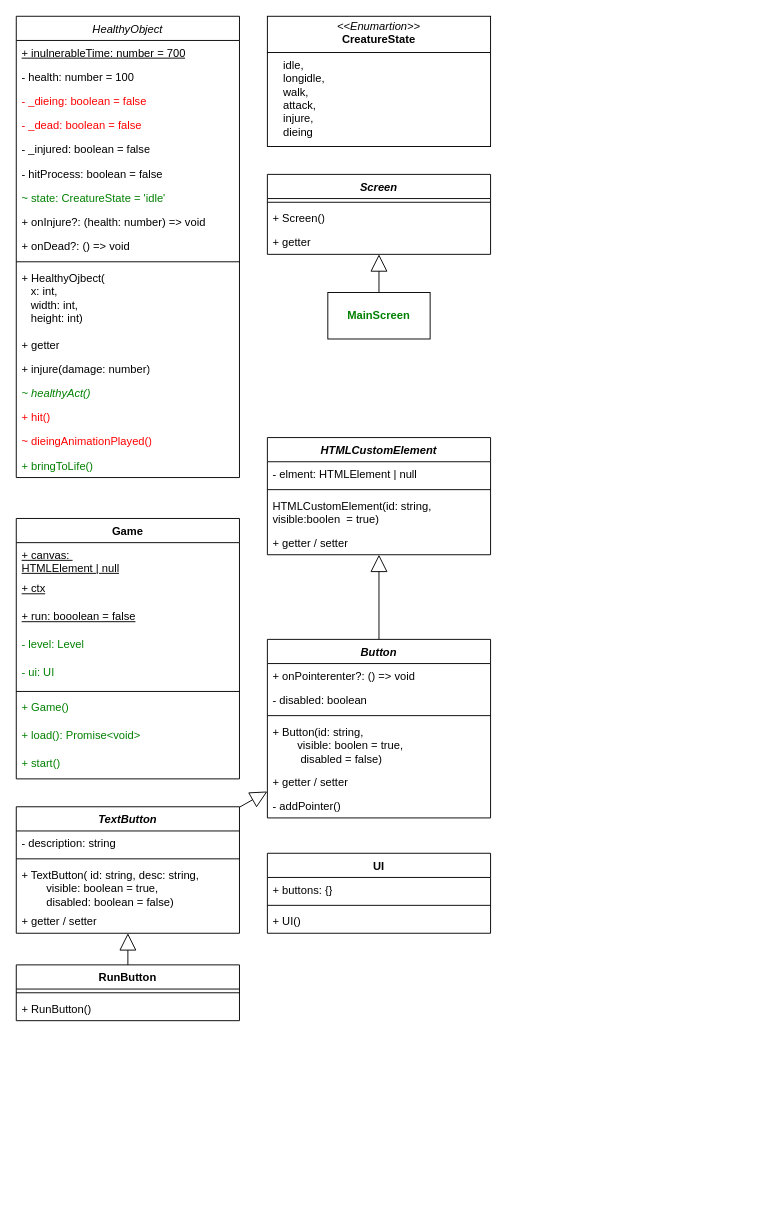
This is docs/milestones/menu.drawio from elma1989/el-pollo-loco, a draw.io file, before an edit. Source tidied: cells renumbered, new cells numbered last; positions are measured from the earlier drawing's top-left corner, leaving out a move shared by most shapes. Both pictures are drawn from the tidied source at 93%, with x=0, y=0 at pixel (16, 16).
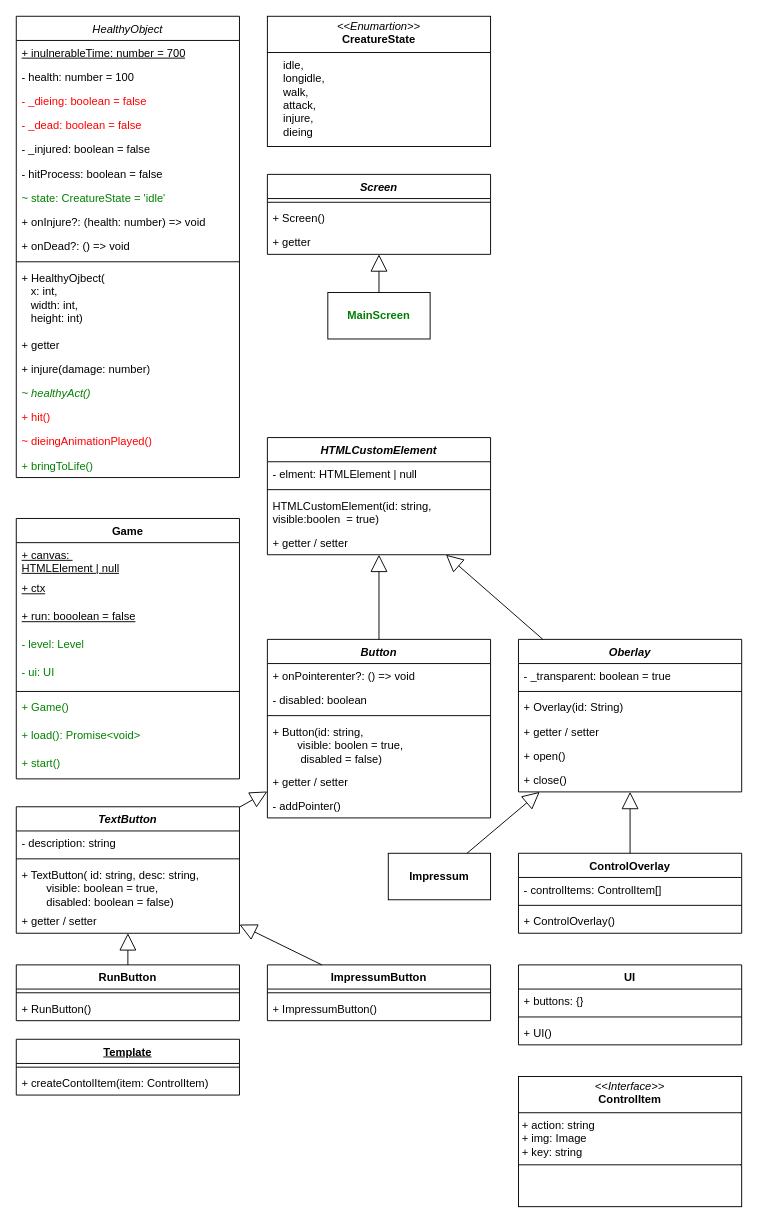
After the change.

Commit message (it also covers changes not shown here):
doc: Updated menu.drawio - Added classes for overlays

Unchanged cells that the change refers to:
```xml
<mxCell id="44" value="TextButton" style="swimlane;fontStyle=3;align=center;verticalAlign=top;horizontal=1;startSize=26;whiteSpace=wrap;html=1;" parent="1" vertex="1">
  <mxGeometry y="850" width="240" height="136" as="geometry" />
</mxCell>
<mxCell id="50" value="HTMLCustomElement" style="swimlane;fontStyle=3;align=center;verticalAlign=top;horizontal=1;startSize=26;whiteSpace=wrap;html=1;" parent="1" vertex="1">
  <mxGeometry x="270" y="453" width="240" height="126" as="geometry" />
</mxCell>
```

Diff of the diagram source:
```diff
@@
     <mxCell id="60" value="UI" style="swimlane;fontStyle=1;align=center;verticalAlign=top;horizontal=1;startSize=26;whiteSpace=wrap;html=1;" parent="1" vertex="1">
-      <mxGeometry x="270" y="900" width="240" height="86" as="geometry" />
+      <mxGeometry x="540" y="1020" width="240" height="86" as="geometry" />
     </mxCell>
@@
+    <mxCell id="64" value="Oberlay" style="swimlane;fontStyle=3;align=center;verticalAlign=top;horizontal=1;startSize=26;whiteSpace=wrap;html=1;" parent="1" vertex="1">
+      <mxGeometry x="540" y="670" width="240" height="164" as="geometry" />
+    </mxCell>
+    <mxCell id="65" value="- _transparent: boolean = true" style="text;strokeColor=none;fillColor=none;align=left;verticalAlign=top;spacingLeft=4;spacingRight=4;overflow=hidden;whiteSpace=wrap;html=1;" parent="64" vertex="1">
+      <mxGeometry y="26" width="240" height="26" as="geometry" />
+    </mxCell>
+    <mxCell id="66" style="line;strokeWidth=1;fillColor=none;align=left;verticalAlign=middle;spacingTop=-1;spacingLeft=3;spacingRight=3;labelPosition=right;strokeColor=inherit;" parent="64" vertex="1">
+      <mxGeometry y="52" width="240" height="8" as="geometry" />
+    </mxCell>
+    <mxCell id="67" value="+ Overlay(id: String)" style="text;strokeColor=none;fillColor=none;align=left;verticalAlign=top;spacingLeft=4;spacingRight=4;overflow=hidden;whiteSpace=wrap;html=1;" parent="64" vertex="1">
+      <mxGeometry y="60" width="240" height="26" as="geometry" />
+    </mxCell>
+    <mxCell id="68" value="+ getter / setter" style="text;strokeColor=none;fillColor=none;align=left;verticalAlign=top;spacingLeft=4;spacingRight=4;overflow=hidden;whiteSpace=wrap;html=1;" parent="64" vertex="1">
+      <mxGeometry y="86" width="240" height="26" as="geometry" />
+    </mxCell>
+    <mxCell id="69" value="+ open()" style="text;strokeColor=none;fillColor=none;align=left;verticalAlign=top;spacingLeft=4;spacingRight=4;overflow=hidden;whiteSpace=wrap;html=1;" parent="64" vertex="1">
+      <mxGeometry y="112" width="240" height="26" as="geometry" />
+    </mxCell>
+    <mxCell id="70" value="+ close()" style="text;strokeColor=none;fillColor=none;align=left;verticalAlign=top;spacingLeft=4;spacingRight=4;overflow=hidden;whiteSpace=wrap;html=1;" parent="64" vertex="1">
+      <mxGeometry y="138" width="240" height="26" as="geometry" />
+    </mxCell>
+    <mxCell id="71" style="endArrow=block;endSize=16;endFill=0;html=1;rounded=0;" parent="1" edge="1" source="64" target="50">
+      <mxGeometry relative="1" as="geometry" />
+    </mxCell>
+    <mxCell id="72" value="&lt;p style=&quot;margin:0px;margin-top:4px;text-align:center;&quot;&gt;&lt;i&gt;&amp;lt;&amp;lt;Interface&amp;gt;&amp;gt;&lt;/i&gt;&lt;br&gt;&lt;b&gt;ControlItem&lt;/b&gt;&lt;/p&gt;&lt;hr size=&quot;1&quot; style=&quot;border-style:solid;&quot;&gt;&lt;p style=&quot;margin:0px;margin-left:4px;&quot;&gt;+ action: string&amp;nbsp;&lt;br&gt;+ img: Image&lt;/p&gt;&lt;p style=&quot;margin:0px;margin-left:4px;&quot;&gt;+ key: string&lt;/p&gt;&lt;hr size=&quot;1&quot; style=&quot;border-style:solid;&quot;&gt;&lt;p style=&quot;margin:0px;margin-left:4px;&quot;&gt;&lt;br&gt;&lt;/p&gt;" style="verticalAlign=top;align=left;overflow=fill;html=1;whiteSpace=wrap;strokeColor=default;" parent="1" vertex="1">
+      <mxGeometry x="540" y="1140" width="240" height="140" as="geometry" />
+    </mxCell>
+    <mxCell id="73" value="ControlOverlay" style="swimlane;fontStyle=1;align=center;verticalAlign=top;horizontal=1;startSize=26;whiteSpace=wrap;html=1;strokeColor=default;" parent="1" vertex="1">
+      <mxGeometry x="540" y="900" width="240" height="86" as="geometry" />
+    </mxCell>
+    <mxCell id="74" value="- controlItems: ControlItem[]" style="text;strokeColor=none;fillColor=none;align=left;verticalAlign=top;spacingLeft=4;spacingRight=4;overflow=hidden;whiteSpace=wrap;html=1;" parent="73" vertex="1">
+      <mxGeometry y="26" width="240" height="26" as="geometry" />
+    </mxCell>
+    <mxCell id="75" style="line;strokeWidth=1;fillColor=none;align=left;verticalAlign=middle;spacingTop=-1;spacingLeft=3;spacingRight=3;labelPosition=right;strokeColor=inherit;" parent="73" vertex="1">
+      <mxGeometry y="52" width="240" height="8" as="geometry" />
+    </mxCell>
+    <mxCell id="76" value="+ ControlOverlay()" style="text;strokeColor=none;fillColor=none;align=left;verticalAlign=top;spacingLeft=4;spacingRight=4;overflow=hidden;whiteSpace=wrap;html=1;" parent="73" vertex="1">
+      <mxGeometry y="60" width="240" height="26" as="geometry" />
+    </mxCell>
+    <mxCell id="77" style="endArrow=block;endSize=16;endFill=0;html=1;rounded=0;" parent="1" edge="1" source="73" target="64">
+      <mxGeometry relative="1" as="geometry" />
+    </mxCell>
+    <mxCell id="78" value="Template" style="swimlane;fontStyle=5;align=center;verticalAlign=top;horizontal=1;startSize=26;whiteSpace=wrap;html=1;" parent="1" vertex="1">
+      <mxGeometry y="1100" width="240" height="60" as="geometry" />
+    </mxCell>
+    <mxCell id="79" style="line;strokeWidth=1;fillColor=none;align=left;verticalAlign=middle;spacingTop=-1;spacingLeft=3;spacingRight=3;labelPosition=right;strokeColor=inherit;" parent="78" vertex="1">
+      <mxGeometry y="26" width="240" height="8" as="geometry" />
+    </mxCell>
+    <mxCell id="80" value="+ createContolItem(item: ControlItem)" style="text;strokeColor=none;fillColor=none;align=left;verticalAlign=top;spacingLeft=4;spacingRight=4;overflow=hidden;whiteSpace=wrap;html=1;" parent="78" vertex="1">
+      <mxGeometry y="34" width="240" height="26" as="geometry" />
+    </mxCell>
+    <mxCell id="81" value="Impressum" style="html=1;whiteSpace=wrap;strokeColor=default;fontStyle=1;" parent="1" vertex="1">
+      <mxGeometry x="400" y="900" width="110" height="50" as="geometry" />
+    </mxCell>
+    <mxCell id="82" style="endArrow=block;endSize=16;endFill=0;html=1;rounded=0;strokeColor=default;" parent="1" edge="1" source="81" target="64">
+      <mxGeometry relative="1" as="geometry" />
+    </mxCell>
+    <mxCell id="83" value="ImpressumButton" style="swimlane;fontStyle=1;align=center;verticalAlign=top;horizontal=1;startSize=26;whiteSpace=wrap;html=1;strokeColor=default;" parent="1" vertex="1">
+      <mxGeometry x="270" y="1020" width="240" height="60" as="geometry" />
+    </mxCell>
+    <mxCell id="84" style="line;strokeWidth=1;fillColor=none;align=left;verticalAlign=middle;spacingTop=-1;spacingLeft=3;spacingRight=3;labelPosition=right;strokeColor=inherit;" parent="83" vertex="1">
+      <mxGeometry y="26" width="240" height="8" as="geometry" />
+    </mxCell>
+    <mxCell id="85" value="+ ImpressumButton()" style="text;strokeColor=none;fillColor=none;align=left;verticalAlign=top;spacingLeft=4;spacingRight=4;overflow=hidden;whiteSpace=wrap;html=1;" parent="83" vertex="1">
+      <mxGeometry y="34" width="240" height="26" as="geometry" />
+    </mxCell>
+    <mxCell id="86" style="endArrow=block;endSize=16;endFill=0;html=1;rounded=0;strokeColor=default;" parent="1" edge="1" source="83" target="44">
+      <mxGeometry relative="1" as="geometry" />
+    </mxCell>
```
